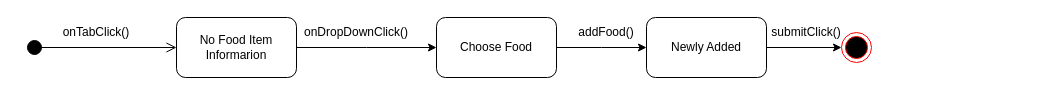
Earlier version of the draw.io diagram SubmitFoodItem StateChart.drawio (Esaied19/Team-Albatross). Source tidied: cells renumbered, new cells numbered last; positions are measured from the earlier drawing's top-left corner, leaving out a move shared by most shapes. Both pictures are drawn from the tidied source at 100%, with x=0, y=0 at pixel (26, 17).
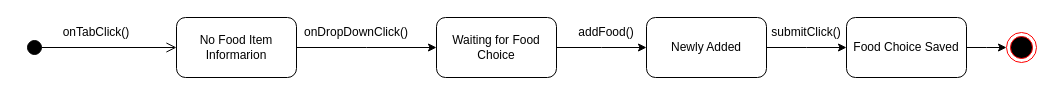
The same page after the edit.

Change to the diagram source:
```diff
@@
 <mxGraphModel>
   <root>
     <mxCell id="0" />
     <mxCell id="1" parent="0" />
     <mxCell id="2" style="html=1;verticalAlign=bottom;startArrow=circle;startFill=1;endArrow=open;startSize=6;endSize=8;rounded=0;entryX=0;entryY=0.5;entryDx=0;entryDy=0;" parent="1" edge="1" target="4">
       <mxGeometry x="1" y="121" relative="1" as="geometry">
         <mxPoint y="30" as="sourcePoint" />
         <mxPoint x="50" y="11" as="offset" />
       </mxGeometry>
     </mxCell>
     <mxCell id="3" style="edgeStyle=orthogonalEdgeStyle;rounded=0;jettySize=auto;html=1;" parent="1" edge="1" source="4">
       <mxGeometry relative="1" as="geometry">
         <mxPoint x="410" y="30" as="targetPoint" />
       </mxGeometry>
     </mxCell>
     <mxCell id="4" value="No Food Item Informarion" style="rounded=1;whiteSpace=wrap;html=1;" parent="1" vertex="1">
       <mxGeometry x="150" width="120" height="60" as="geometry" />
     </mxCell>
     <mxCell id="5" value="onTabClick()" style="text;html=1;strokeColor=none;fillColor=none;align=center;verticalAlign=middle;whiteSpace=wrap;rounded=0;" parent="1" vertex="1">
       <mxGeometry x="40" width="60" height="30" as="geometry" />
     </mxCell>
     <mxCell id="6" value="onDropDownClick()" style="text;html=1;strokeColor=none;fillColor=none;align=center;verticalAlign=middle;whiteSpace=wrap;rounded=0;" parent="1" vertex="1">
       <mxGeometry x="300" width="60" height="30" as="geometry" />
     </mxCell>
     <mxCell id="7" style="edgeStyle=orthogonalEdgeStyle;rounded=0;jettySize=auto;html=1;" parent="1" edge="1" source="8">
       <mxGeometry relative="1" as="geometry">
         <mxPoint x="620" y="30" as="targetPoint" />
       </mxGeometry>
     </mxCell>
-    <mxCell id="8" value="Choose Food" style="rounded=1;whiteSpace=wrap;html=1;" parent="1" vertex="1">
+    <mxCell id="8" value="Waiting for Food Choice" style="rounded=1;whiteSpace=wrap;html=1;" parent="1" vertex="1">
       <mxGeometry x="410" width="120" height="60" as="geometry" />
     </mxCell>
     <mxCell id="9" value="addFood()" style="text;html=1;strokeColor=none;fillColor=none;align=center;verticalAlign=middle;whiteSpace=wrap;rounded=0;" parent="1" vertex="1">
       <mxGeometry x="550" width="60" height="30" as="geometry" />
     </mxCell>
-    <mxCell id="10" style="edgeStyle=orthogonalEdgeStyle;rounded=0;jettySize=auto;html=1;" parent="1" edge="1" source="11" target="13">
-      <mxGeometry relative="1" as="geometry" />
+    <mxCell id="10" style="edgeStyle=orthogonalEdgeStyle;rounded=0;jettySize=auto;html=1;" parent="1" edge="1" source="11">
+      <mxGeometry relative="1" as="geometry">
+        <mxPoint x="820" y="30" as="targetPoint" />
+      </mxGeometry>
     </mxCell>
     <mxCell id="11" value="Newly Added" style="rounded=1;whiteSpace=wrap;html=1;" parent="1" vertex="1">
       <mxGeometry x="620" width="120" height="60" as="geometry" />
     </mxCell>
     <mxCell id="12" value="submitClick()" style="text;html=1;strokeColor=none;fillColor=none;align=center;verticalAlign=middle;whiteSpace=wrap;rounded=0;" parent="1" vertex="1">
       <mxGeometry x="750" width="60" height="30" as="geometry" />
     </mxCell>
-    <mxCell id="13" style="ellipse;html=1;shape=endState;fillColor=#000000;strokeColor=#ff0000;" parent="1" vertex="1">
-      <mxGeometry x="815" y="15" width="30" height="30" as="geometry" />
-    </mxCell>
+    <mxCell id="14" style="ellipse;html=1;shape=endState;fillColor=#000000;strokeColor=#ff0000;" parent="1" vertex="1">
+      <mxGeometry x="980" y="15" width="30" height="30" as="geometry" />
+    </mxCell>
+    <mxCell id="15" style="edgeStyle=orthogonalEdgeStyle;rounded=0;jettySize=auto;html=1;exitX=1;exitY=0.5;exitDx=0;exitDy=0;" parent="1" edge="1" source="16">
+      <mxGeometry relative="1" as="geometry">
+        <mxPoint x="980" y="30" as="targetPoint" />
+      </mxGeometry>
+    </mxCell>
+    <mxCell id="16" value="Food Choice Saved" style="rounded=1;whiteSpace=wrap;html=1;" parent="1" vertex="1">
+      <mxGeometry x="820" width="120" height="60" as="geometry" />
+    </mxCell>
   </root>
 </mxGraphModel>
```
